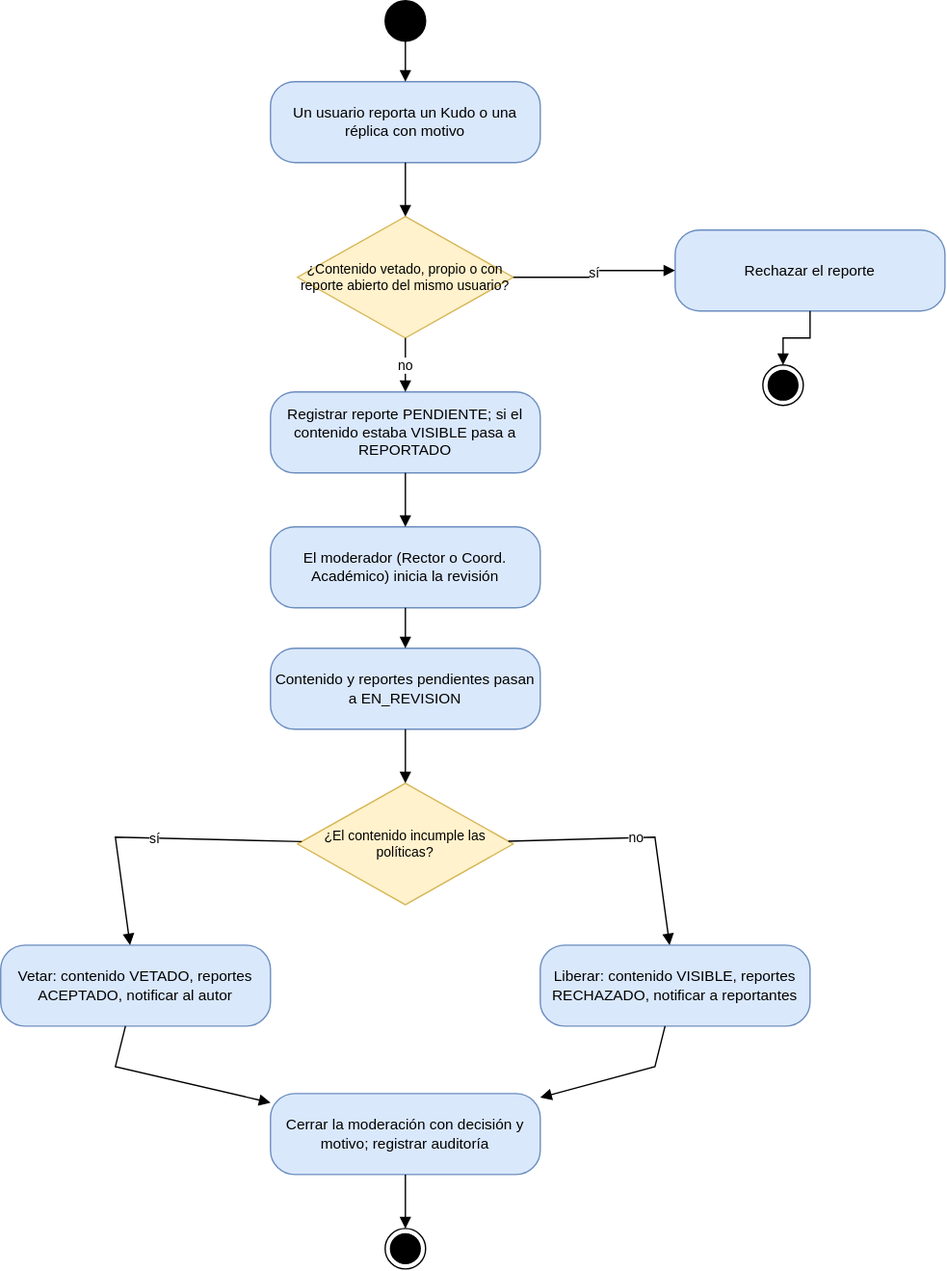
JaiderSoto07/kudos-backend keeps this draw.io diagram as documentacion/assets/diagramas/diagramas-actividad-2.svg. Above is the earlier version. Source tidied: cells renumbered, new cells last; positions are measured from the earlier drawing's top-left corner, leaving out a move shared by most shapes. Its diagram source:
```xml
<mxGraphModel>
  <root>
    <mxCell id="0" />
    <mxCell id="1" parent="0" />
    <mxCell id="2" style="ellipse;fillColor=#000000;strokeColor=#000000;" parent="1" vertex="1">
      <mxGeometry x="285" width="30" height="30" as="geometry" />
    </mxCell>
    <mxCell id="3" value="Un usuario reporta un Kudo o una réplica con motivo" style="rounded=1;whiteSpace=wrap;html=1;arcSize=30;fillColor=#dae8fc;strokeColor=#6c8ebf;fontSize=11;" parent="1" vertex="1">
      <mxGeometry x="200" y="60" width="200" height="60" as="geometry" />
    </mxCell>
    <mxCell id="4" value="¿Contenido vetado, propio o con reporte abierto del mismo usuario?" style="rhombus;whiteSpace=wrap;html=1;fillColor=#fff2cc;strokeColor=#d6b656;fontSize=10;" parent="1" vertex="1">
      <mxGeometry x="220" y="160" width="160" height="90" as="geometry" />
    </mxCell>
    <mxCell id="5" value="Rechazar el reporte" style="rounded=1;whiteSpace=wrap;html=1;arcSize=30;fillColor=#dae8fc;strokeColor=#6c8ebf;fontSize=11;" parent="1" vertex="1">
      <mxGeometry x="500" y="170" width="200" height="60" as="geometry" />
    </mxCell>
    <mxCell id="6" value="Registrar reporte PENDIENTE; si el contenido estaba VISIBLE pasa a REPORTADO" style="rounded=1;whiteSpace=wrap;html=1;arcSize=30;fillColor=#dae8fc;strokeColor=#6c8ebf;fontSize=11;" parent="1" vertex="1">
      <mxGeometry x="200" y="290" width="200" height="60" as="geometry" />
    </mxCell>
    <mxCell id="7" value="El moderador (Rector o Coord. Académico) inicia la revisión" style="rounded=1;whiteSpace=wrap;html=1;arcSize=30;fillColor=#dae8fc;strokeColor=#6c8ebf;fontSize=11;" parent="1" vertex="1">
      <mxGeometry x="200" y="390" width="200" height="60" as="geometry" />
    </mxCell>
    <mxCell id="8" value="Contenido y reportes pendientes pasan a EN_REVISION" style="rounded=1;whiteSpace=wrap;html=1;arcSize=30;fillColor=#dae8fc;strokeColor=#6c8ebf;fontSize=11;" parent="1" vertex="1">
      <mxGeometry x="200" y="480" width="200" height="60" as="geometry" />
    </mxCell>
    <mxCell id="9" value="¿El contenido incumple las políticas?" style="rhombus;whiteSpace=wrap;html=1;fillColor=#fff2cc;strokeColor=#d6b656;fontSize=10;" parent="1" vertex="1">
      <mxGeometry x="220" y="580" width="160" height="90" as="geometry" />
    </mxCell>
    <mxCell id="10" value="Vetar: contenido VETADO, reportes ACEPTADO, notificar al autor" style="rounded=1;whiteSpace=wrap;html=1;arcSize=30;fillColor=#dae8fc;strokeColor=#6c8ebf;fontSize=11;" parent="1" vertex="1">
      <mxGeometry y="700" width="200" height="60" as="geometry" />
    </mxCell>
    <mxCell id="11" value="Liberar: contenido VISIBLE, reportes RECHAZADO, notificar a reportantes" style="rounded=1;whiteSpace=wrap;html=1;arcSize=30;fillColor=#dae8fc;strokeColor=#6c8ebf;fontSize=11;" parent="1" vertex="1">
      <mxGeometry x="400" y="700" width="200" height="60" as="geometry" />
    </mxCell>
    <mxCell id="12" value="Cerrar la moderación con decisión y motivo; registrar auditoría" style="rounded=1;whiteSpace=wrap;html=1;arcSize=30;fillColor=#dae8fc;strokeColor=#6c8ebf;fontSize=11;" parent="1" vertex="1">
      <mxGeometry x="200" y="810" width="200" height="60" as="geometry" />
    </mxCell>
    <mxCell id="13" style="ellipse;html=1;shape=endState;fillColor=#000000;strokeColor=#000000;" parent="1" vertex="1">
      <mxGeometry x="285" y="910" width="30" height="30" as="geometry" />
    </mxCell>
    <mxCell id="14" style="ellipse;html=1;shape=endState;fillColor=#000000;strokeColor=#000000;" parent="1" vertex="1">
      <mxGeometry x="565" y="270" width="30" height="30" as="geometry" />
    </mxCell>
    <mxCell id="15" style="endArrow=block;endFill=1;html=1;rounded=0;fontSize=10;labelBackgroundColor=#ffffff;edgeStyle=none;edgeStyle=orthogonalEdgeStyle;" parent="1" edge="1" source="2" target="3">
      <mxGeometry relative="1" as="geometry" />
    </mxCell>
    <mxCell id="16" style="endArrow=block;endFill=1;html=1;rounded=0;fontSize=10;labelBackgroundColor=#ffffff;edgeStyle=none;edgeStyle=orthogonalEdgeStyle;" parent="1" edge="1" source="3" target="4">
      <mxGeometry relative="1" as="geometry" />
    </mxCell>
    <mxCell id="17" value="sí" style="endArrow=block;endFill=1;html=1;rounded=0;fontSize=10;labelBackgroundColor=#ffffff;edgeStyle=none;edgeStyle=orthogonalEdgeStyle;" parent="1" edge="1" source="4" target="5">
      <mxGeometry relative="1" as="geometry" />
    </mxCell>
    <mxCell id="18" style="endArrow=block;endFill=1;html=1;rounded=0;fontSize=10;labelBackgroundColor=#ffffff;edgeStyle=none;edgeStyle=orthogonalEdgeStyle;" parent="1" edge="1" source="5" target="14">
      <mxGeometry relative="1" as="geometry" />
    </mxCell>
    <mxCell id="19" value="no" style="endArrow=block;endFill=1;html=1;rounded=0;fontSize=10;labelBackgroundColor=#ffffff;edgeStyle=none;edgeStyle=orthogonalEdgeStyle;" parent="1" edge="1" source="4" target="6">
      <mxGeometry relative="1" as="geometry" />
    </mxCell>
    <mxCell id="20" style="endArrow=block;endFill=1;html=1;rounded=0;fontSize=10;labelBackgroundColor=#ffffff;edgeStyle=none;edgeStyle=orthogonalEdgeStyle;" parent="1" edge="1" source="6" target="7">
      <mxGeometry relative="1" as="geometry" />
    </mxCell>
    <mxCell id="21" style="endArrow=block;endFill=1;html=1;rounded=0;fontSize=10;labelBackgroundColor=#ffffff;edgeStyle=none;edgeStyle=orthogonalEdgeStyle;" parent="1" edge="1" source="7" target="8">
      <mxGeometry relative="1" as="geometry" />
    </mxCell>
    <mxCell id="22" style="endArrow=block;endFill=1;html=1;rounded=0;fontSize=10;labelBackgroundColor=#ffffff;edgeStyle=none;edgeStyle=orthogonalEdgeStyle;" parent="1" edge="1" source="8" target="9">
      <mxGeometry relative="1" as="geometry" />
    </mxCell>
    <mxCell id="23" value="sí" style="endArrow=block;endFill=1;html=1;rounded=0;fontSize=10;labelBackgroundColor=#ffffff;edgeStyle=none;" parent="1" edge="1" source="9" target="10">
      <mxGeometry relative="1" as="geometry">
        <Array as="points">
          <mxPoint x="85" y="620" />
        </Array>
      </mxGeometry>
    </mxCell>
    <mxCell id="24" value="no" style="endArrow=block;endFill=1;html=1;rounded=0;fontSize=10;labelBackgroundColor=#ffffff;edgeStyle=none;" parent="1" edge="1" source="9" target="11">
      <mxGeometry relative="1" as="geometry">
        <Array as="points">
          <mxPoint x="485" y="620" />
        </Array>
      </mxGeometry>
    </mxCell>
    <mxCell id="25" style="endArrow=block;endFill=1;html=1;rounded=0;fontSize=10;labelBackgroundColor=#ffffff;edgeStyle=none;" parent="1" edge="1" source="10" target="12">
      <mxGeometry relative="1" as="geometry">
        <Array as="points">
          <mxPoint x="85" y="790" />
        </Array>
      </mxGeometry>
    </mxCell>
    <mxCell id="26" style="endArrow=block;endFill=1;html=1;rounded=0;fontSize=10;labelBackgroundColor=#ffffff;edgeStyle=none;" parent="1" edge="1" source="11" target="12">
      <mxGeometry relative="1" as="geometry">
        <Array as="points">
          <mxPoint x="485" y="790" />
        </Array>
      </mxGeometry>
    </mxCell>
    <mxCell id="27" style="endArrow=block;endFill=1;html=1;rounded=0;fontSize=10;labelBackgroundColor=#ffffff;edgeStyle=none;edgeStyle=orthogonalEdgeStyle;" parent="1" edge="1" source="12" target="13">
      <mxGeometry relative="1" as="geometry" />
    </mxCell>
  </root>
</mxGraphModel>
```
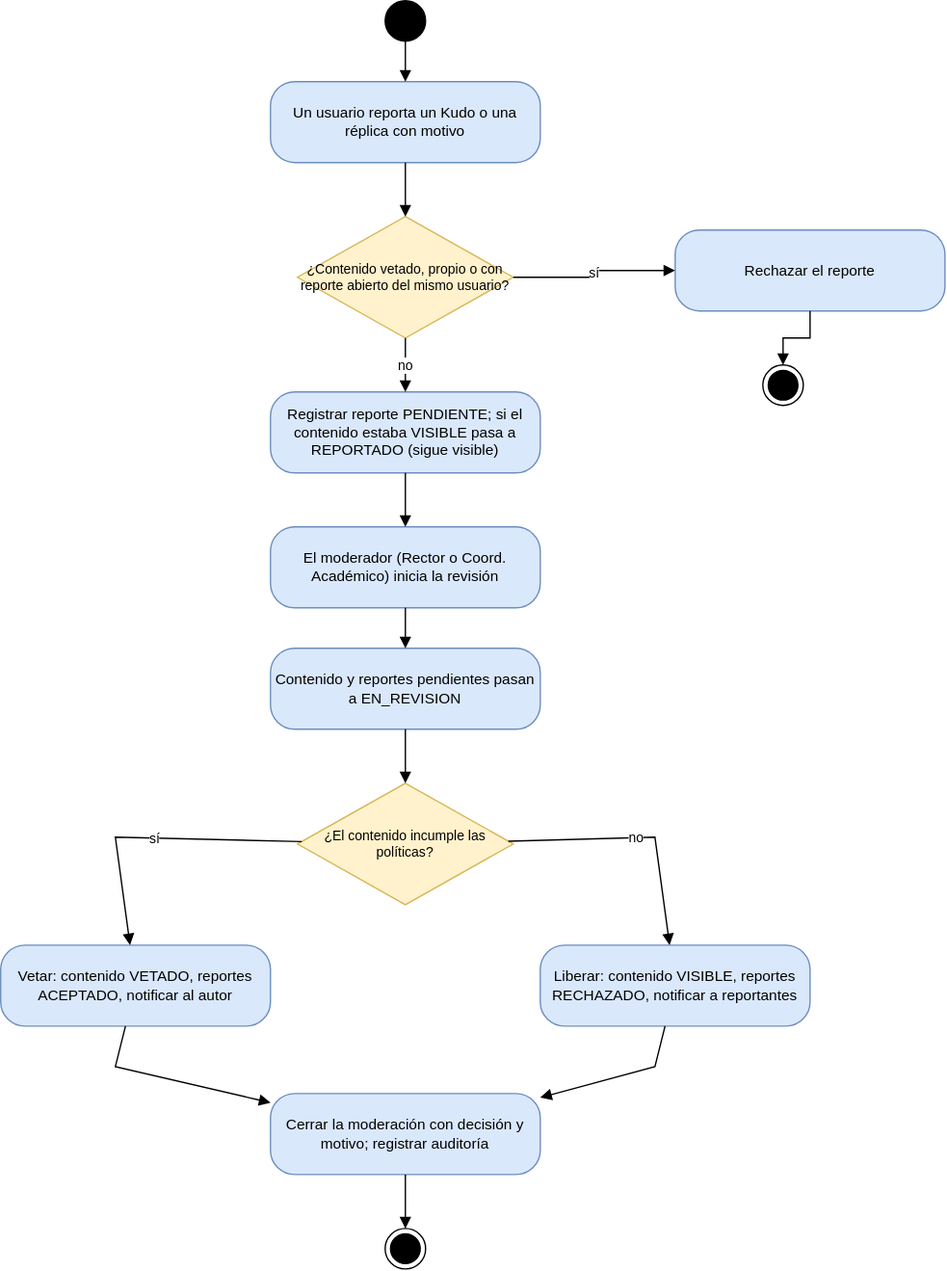
After the change.

Diff of the diagram source:
```diff
@@ -14,7 +14,7 @@
     <mxCell id="5" value="Rechazar el reporte" style="rounded=1;whiteSpace=wrap;html=1;arcSize=30;fillColor=#dae8fc;strokeColor=#6c8ebf;fontSize=11;" parent="1" vertex="1">
       <mxGeometry x="500" y="170" width="200" height="60" as="geometry" />
     </mxCell>
-    <mxCell id="6" value="Registrar reporte PENDIENTE; si el contenido estaba VISIBLE pasa a REPORTADO" style="rounded=1;whiteSpace=wrap;html=1;arcSize=30;fillColor=#dae8fc;strokeColor=#6c8ebf;fontSize=11;" parent="1" vertex="1">
+    <mxCell id="6" value="Registrar reporte PENDIENTE; si el contenido estaba VISIBLE pasa a REPORTADO (sigue visible)" style="rounded=1;whiteSpace=wrap;html=1;arcSize=30;fillColor=#dae8fc;strokeColor=#6c8ebf;fontSize=11;" parent="1" vertex="1">
       <mxGeometry x="200" y="290" width="200" height="60" as="geometry" />
     </mxCell>
     <mxCell id="7" value="El moderador (Rector o Coord. Académico) inicia la revisión" style="rounded=1;whiteSpace=wrap;html=1;arcSize=30;fillColor=#dae8fc;strokeColor=#6c8ebf;fontSize=11;" parent="1" vertex="1">
```
